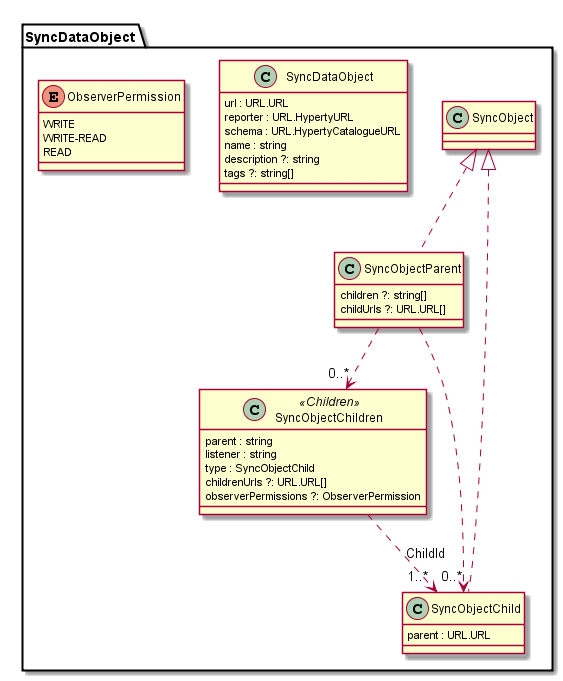
Before: docs/datamodel/data-objects/data-synch/SyncDataObject.png, a diagram exported from PlantUML (reTHINK-project/dev-service-framework).
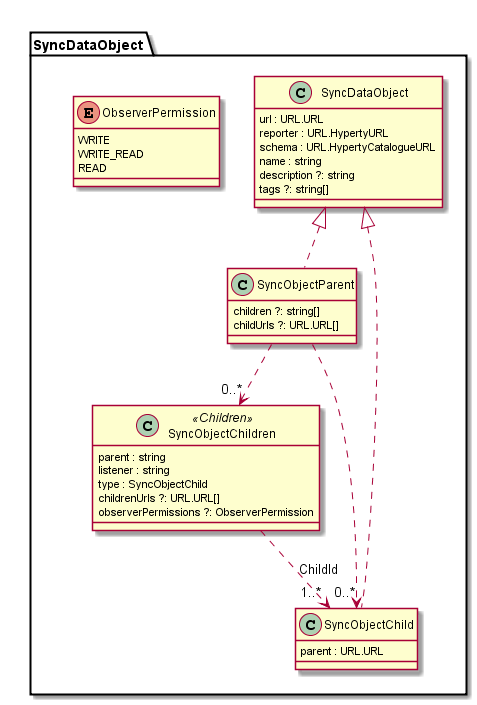
The same file after the commit.

Commit message:
added senml units to context data models

Change to the diagram source:
```diff
@@ -30,12 +30,12 @@
 
 	enum ObserverPermission {
 	WRITE
-	WRITE-READ
+	WRITE_READ
 	READ
 	}
 
-	SyncObjectParent .up.|> SyncObject
-	SyncObjectChild .up.|> SyncObject
+	SyncObjectParent .up.|> SyncDataObject
+	SyncObjectChild .up.|> SyncDataObject
 
 	SyncObjectParent .down.> "0..*" SyncObjectChildren
 	SyncObjectParent .down.> "0..*" SyncObjectChild
```
